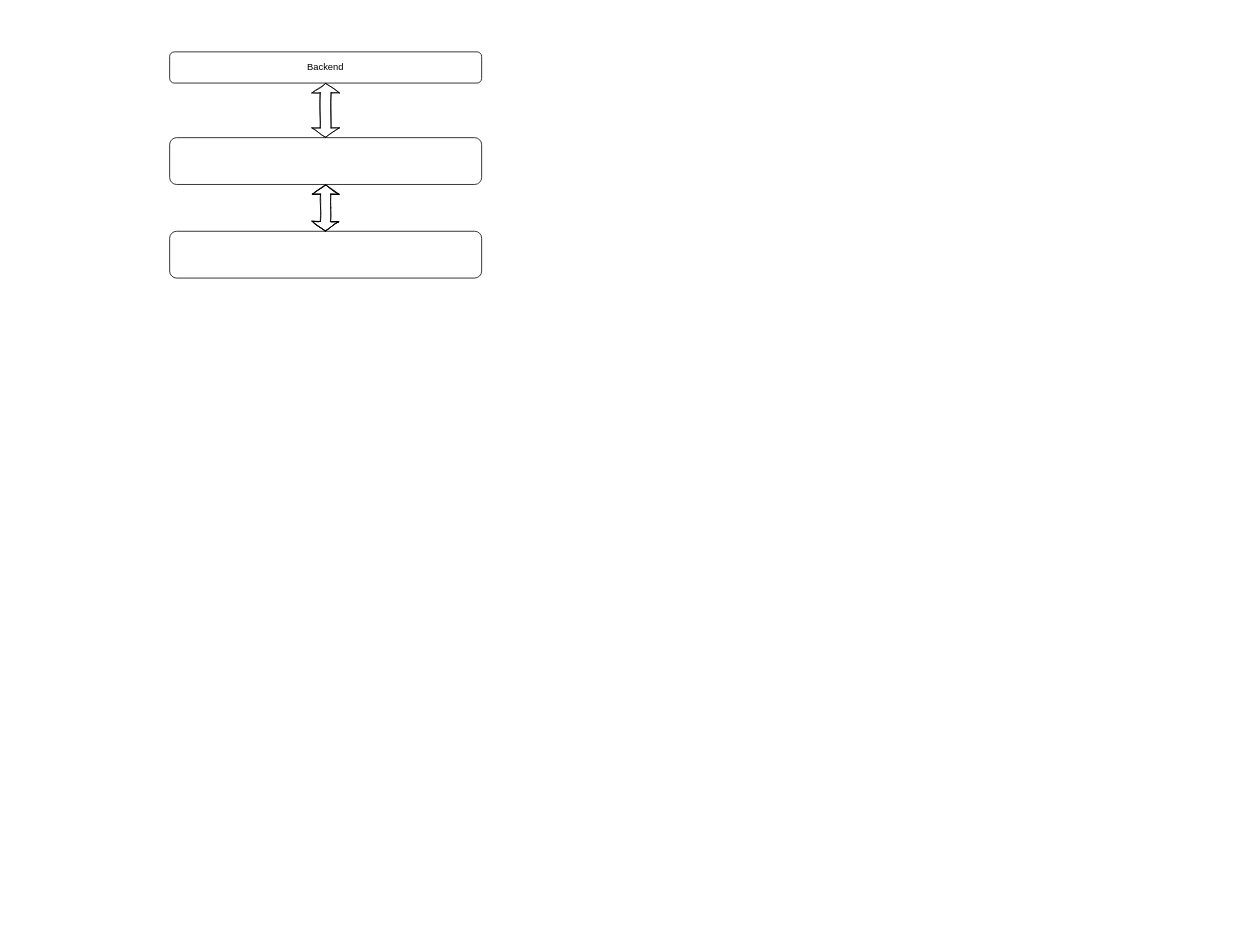
Before: xk/frontend_cad.drawio in fqd511/charts, a draw.io diagram. Source tidied: cells renumbered, new cells numbered last; positions are measured from the earlier drawing's top-left corner, leaving out a move shared by most shapes. Both pictures are drawn from the tidied source at 78%, with x=0, y=0 at pixel (169, 51).
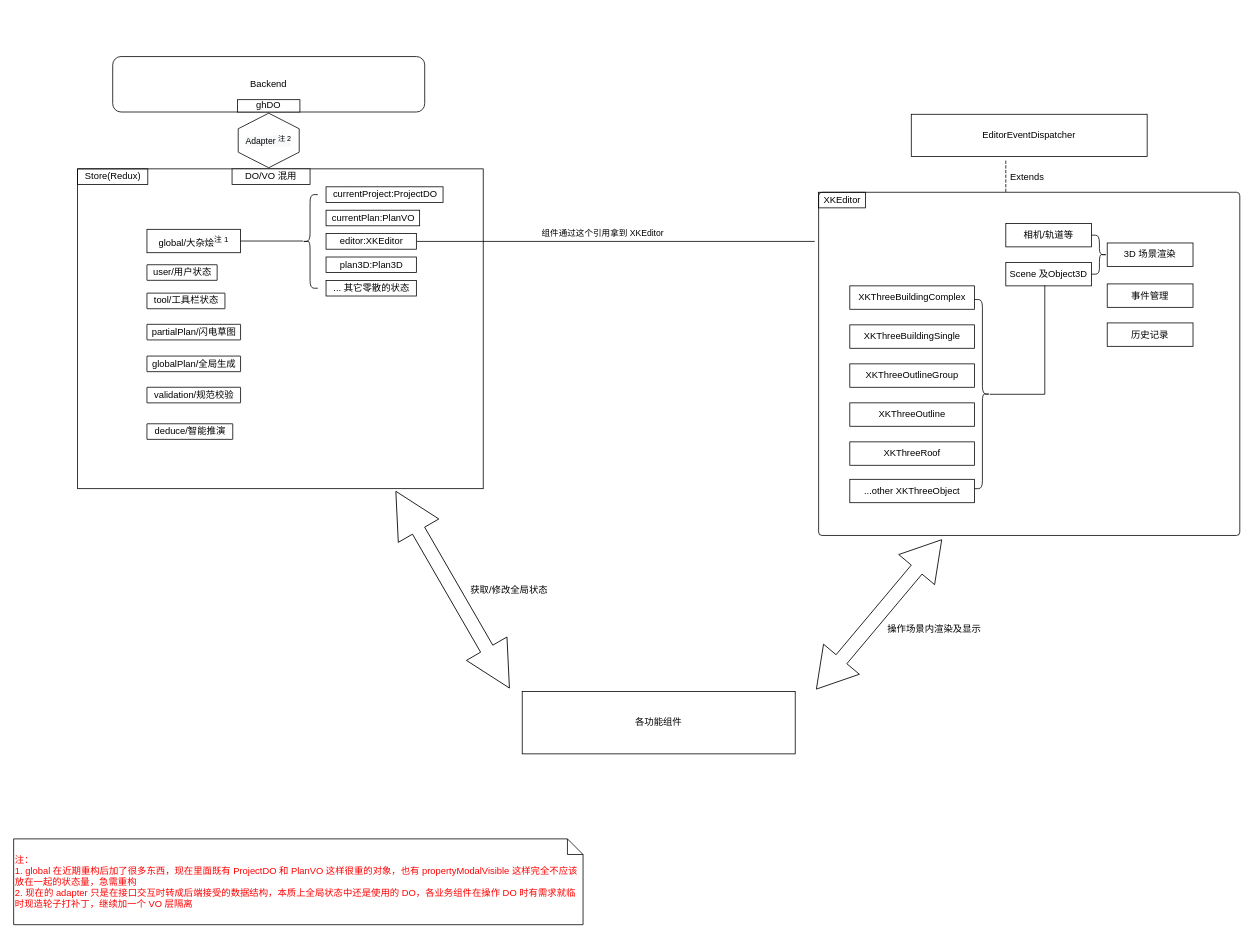
After the change.

Diff of the diagram source:
```diff
@@
+    <mxCell id="7" style="group;" parent="1" vertex="1">
+      <mxGeometry x="-118" y="150" width="520" height="410" as="geometry" />
+    </mxCell>
+    <mxCell id="8" style="whiteSpace=wrap;html=1;rounded=0;strokeColor=default;strokeWidth=1;fillColor=default;" parent="7" vertex="1">
+      <mxGeometry width="520" height="410" as="geometry" />
+    </mxCell>
+    <mxCell id="9" value="Store(Redux)" style="text;html=1;align=center;verticalAlign=middle;strokeColor=default;fillColor=none;" parent="7" vertex="1">
+      <mxGeometry width="90" height="20" as="geometry" />
+    </mxCell>
+    <mxCell id="10" value="DO/VO 混用" style="whiteSpace=wrap;html=1;rounded=0;fontColor=#000000;strokeColor=default;strokeWidth=1;fillColor=default;" parent="7" vertex="1">
+      <mxGeometry x="198" width="100" height="20" as="geometry" />
+    </mxCell>
+    <mxCell id="11" style="group;" parent="1" vertex="1">
+      <mxGeometry x="-29.1" y="227.5" width="200" height="272.5" as="geometry" />
+    </mxCell>
+    <mxCell id="12" value="partialPlan/闪电草图" style="text;html=1;align=center;verticalAlign=middle;strokeColor=default;fillColor=none;rounded=1;arcSize=1;" parent="11" vertex="1">
+      <mxGeometry y="121.8" width="120" height="20" as="geometry" />
+    </mxCell>
+    <mxCell id="13" value="user/用户状态" style="text;html=1;align=center;verticalAlign=middle;strokeColor=default;fillColor=none;rounded=1;arcSize=1;" parent="11" vertex="1">
+      <mxGeometry y="45.4" width="90" height="20" as="geometry" />
+    </mxCell>
+    <mxCell id="14" value="tool/工具栏状态" style="text;html=1;align=center;verticalAlign=middle;strokeColor=default;fillColor=none;rounded=1;arcSize=1;" parent="11" vertex="1">
+      <mxGeometry y="81.8" width="100" height="20" as="geometry" />
+    </mxCell>
+    <mxCell id="15" value="deduce/智能推演" style="text;html=1;align=center;verticalAlign=middle;strokeColor=default;fillColor=none;rounded=1;arcSize=1;" parent="11" vertex="1">
+      <mxGeometry y="249.3" width="110" height="20" as="geometry" />
+    </mxCell>
+    <mxCell id="16" value="globalPlan/全局生成" style="text;html=1;align=center;verticalAlign=middle;strokeColor=default;fillColor=none;rounded=1;arcSize=1;" parent="11" vertex="1">
+      <mxGeometry y="162.5" width="120" height="20" as="geometry" />
+    </mxCell>
+    <mxCell id="17" value="validation/规范校验" style="text;html=1;align=center;verticalAlign=middle;strokeColor=default;fillColor=none;rounded=1;arcSize=1;" parent="11" vertex="1">
+      <mxGeometry y="202.5" width="120" height="20" as="geometry" />
+    </mxCell>
+    <mxCell id="18" value="global/大杂烩&lt;sup&gt;注 1&lt;/sup&gt;" style="whiteSpace=wrap;html=1;rounded=0;strokeColor=default;fillColor=default;" parent="11" vertex="1">
+      <mxGeometry width="120" height="30" as="geometry" />
+    </mxCell>
+    <mxCell id="19" style="line;strokeWidth=1;html=1;perimeter=backbonePerimeter;rounded=0;fillColor=default;" parent="11" vertex="1">
+      <mxGeometry x="120" y="10" width="80" height="10" as="geometry" />
+    </mxCell>
+    <mxCell id="20" style="group;" parent="1" vertex="1">
+      <mxGeometry x="170" y="173" width="660" height="140" as="geometry" />
+    </mxCell>
+    <mxCell id="21" value="currentProject:ProjectDO" style="text;html=1;align=center;verticalAlign=middle;strokeColor=default;fillColor=none;rounded=1;arcSize=0;" parent="20" vertex="1">
+      <mxGeometry x="30.5" width="150" height="20" as="geometry" />
+    </mxCell>
+    <mxCell id="22" value="currentPlan:PlanVO" style="text;html=1;align=center;verticalAlign=middle;strokeColor=default;fillColor=none;rounded=1;arcSize=0;" parent="20" vertex="1">
+      <mxGeometry x="30.5" y="30" width="120" height="20" as="geometry" />
+    </mxCell>
+    <mxCell id="23" value="editor:XKEditor" style="rounded=0;whiteSpace=wrap;html=1;strokeColor=default;fillColor=default;" parent="20" vertex="1">
+      <mxGeometry x="30.5" y="60" width="115.8" height="20" as="geometry" />
+    </mxCell>
+    <mxCell id="24" value="&lt;span&gt;plan3D:Plan3D&lt;/span&gt;" style="rounded=0;whiteSpace=wrap;html=1;strokeColor=default;fillColor=default;" parent="20" vertex="1">
+      <mxGeometry x="30.5" y="90" width="115.8" height="20" as="geometry" />
+    </mxCell>
+    <mxCell id="25" value="... 其它零散的状态" style="rounded=0;whiteSpace=wrap;html=1;strokeColor=default;fillColor=default;" parent="20" vertex="1">
+      <mxGeometry x="30.5" y="120" width="115.8" height="20" as="geometry" />
+    </mxCell>
+    <mxCell id="26" style="shape=curlyBracket;whiteSpace=wrap;html=1;rounded=1;strokeColor=default;fillColor=default;size=0.5;" parent="20" vertex="1">
+      <mxGeometry y="10" width="20" height="120" as="geometry" />
+    </mxCell>
+    <mxCell id="27" style="line;strokeWidth=1;fillColor=none;align=left;verticalAlign=middle;spacingTop=-1;spacingLeft=3;spacingRight=3;labelPosition=right;rounded=0;fontColor=#FF0000;" parent="20" vertex="1">
+      <mxGeometry x="147" y="66" width="510" height="8" as="geometry" />
+    </mxCell>
+    <mxCell id="28" value="组件通过这个引用拿到 XKEditor" style="text;html=1;align=center;verticalAlign=middle;strokeColor=none;fillColor=none;fontSize=11;fontColor=#000000;" parent="20" vertex="1">
+      <mxGeometry x="290" y="50" width="190" height="20" as="geometry" />
+    </mxCell>
+    <mxCell id="29" value="&lt;font color=&quot;#ff0000&quot;&gt;&lt;span&gt;注：&lt;/span&gt;&lt;br&gt;&lt;/font&gt;&lt;span&gt;&lt;font color=&quot;#ff0000&quot;&gt;1. global 在近期重构后加了很多东西，现在里面既有 ProjectDO 和 PlanVO 这样很重的对象，也有 propertyModalVisible 这样完全不应该放在一起的状态量，急需重构&lt;br&gt;2. 现在的 adapter 只是在接口交互时转成后端接受的数据结构，本质上全局状态中还是使用的 DO，各业务组件在操作 DO 时有需求就临时现造轮子打补丁，继续加一个 VO 层隔离&lt;br&gt;&lt;/font&gt;&lt;/span&gt;" style="shape=note;size=20;whiteSpace=wrap;html=1;rounded=0;strokeColor=default;strokeWidth=1;fillColor=default;align=left;" parent="1" vertex="1">
+      <mxGeometry x="-200" y="1009" width="730" height="110" as="geometry" />
+    </mxCell>
+    <mxCell id="30" style="group;" parent="1" vertex="1">
+      <mxGeometry x="832" y="80" width="540" height="540" as="geometry" />
+    </mxCell>
+    <mxCell id="31" style="group;" parent="30" vertex="1">
+      <mxGeometry width="540" height="540" as="geometry" />
+    </mxCell>
+    <mxCell id="32" style="group;" parent="31" vertex="1">
+      <mxGeometry y="100" width="540" height="440" as="geometry" />
+    </mxCell>
+    <mxCell id="33" style="rounded=1;whiteSpace=wrap;html=1;strokeColor=default;fillColor=default;arcSize=1;" parent="32" vertex="1">
+      <mxGeometry width="540" height="440" as="geometry" />
+    </mxCell>
+    <mxCell id="34" value="XKEditor" style="text;html=1;align=center;verticalAlign=middle;strokeColor=default;fillColor=none;" parent="32" vertex="1">
+      <mxGeometry width="60" height="20" as="geometry" />
+    </mxCell>
+    <mxCell id="35" value="EditorEventDispatcher" style="whiteSpace=wrap;html=1;rounded=0;strokeColor=default;strokeWidth=1;fillColor=default;" parent="31" vertex="1">
+      <mxGeometry x="118.8" width="302.4" height="54" as="geometry" />
+    </mxCell>
+    <mxCell id="36" value="Extends" style="shape=partialRectangle;fillColor=none;align=left;verticalAlign=middle;strokeColor=none;spacingLeft=34;rounded=0;" parent="31" vertex="1">
+      <mxGeometry x="210" y="60" width="100" height="40" as="geometry" />
+    </mxCell>
+    <mxCell id="37" style="shape=partialRectangle;top=0;left=0;bottom=0;fillColor=none;stokeWidth=1;dashed=1;align=left;verticalAlign=middle;spacingLeft=4;spacingRight=4;overflow=hidden;rounded=0;strokeColor=default;strokeWidth=1;" parent="36" vertex="1">
+      <mxGeometry width="30" height="40" as="geometry" />
+    </mxCell>
+    <mxCell id="38" style="group;" parent="30" vertex="1">
+      <mxGeometry x="240" y="140" width="240" height="157.5" as="geometry" />
+    </mxCell>
+    <mxCell id="39" style="group;" parent="38" vertex="1">
+      <mxGeometry x="130" y="25" width="110" height="132.5" as="geometry" />
+    </mxCell>
+    <mxCell id="40" value="3D 场景渲染" style="whiteSpace=wrap;html=1;rounded=0;strokeColor=default;strokeWidth=1;fillColor=default;" parent="39" vertex="1">
+      <mxGeometry width="110" height="30" as="geometry" />
+    </mxCell>
+    <mxCell id="41" value="事件管理" style="whiteSpace=wrap;html=1;rounded=0;strokeColor=default;strokeWidth=1;fillColor=default;" parent="39" vertex="1">
+      <mxGeometry y="52.5" width="110" height="30" as="geometry" />
+    </mxCell>
+    <mxCell id="42" value="历史记录" style="whiteSpace=wrap;html=1;rounded=0;strokeColor=default;strokeWidth=1;fillColor=default;" parent="39" vertex="1">
+      <mxGeometry y="102.5" width="110" height="30" as="geometry" />
+    </mxCell>
+    <mxCell id="43" style="group;" parent="38" vertex="1">
+      <mxGeometry width="110" height="80" as="geometry" />
+    </mxCell>
+    <mxCell id="44" style="group;" parent="43" vertex="1">
+      <mxGeometry width="110" height="80" as="geometry" />
+    </mxCell>
+    <mxCell id="45" value="相机/轨道等" style="whiteSpace=wrap;html=1;rounded=0;strokeColor=default;strokeWidth=1;fillColor=default;" parent="44" vertex="1">
+      <mxGeometry width="110" height="30" as="geometry" />
+    </mxCell>
+    <mxCell id="46" value="Scene 及Object3D" style="whiteSpace=wrap;html=1;rounded=0;strokeColor=default;strokeWidth=1;fillColor=default;" parent="44" vertex="1">
+      <mxGeometry y="50" width="110" height="30" as="geometry" />
+    </mxCell>
+    <mxCell id="47" style="shape=curlyBracket;whiteSpace=wrap;html=1;rounded=1;flipH=1;strokeColor=default;strokeWidth=1;fillColor=default;size=0.49999999999997724;" parent="38" vertex="1">
+      <mxGeometry x="110" y="15" width="20" height="50" as="geometry" />
+    </mxCell>
+    <mxCell id="48" style="group;" parent="30" vertex="1">
+      <mxGeometry x="40" y="220" width="180" height="278" as="geometry" />
+    </mxCell>
+    <mxCell id="49" style="group;" parent="48" vertex="1">
+      <mxGeometry width="160" height="278" as="geometry" />
+    </mxCell>
+    <mxCell id="50" value="XKThreeBuildingComplex" style="whiteSpace=wrap;html=1;rounded=0;strokeColor=default;strokeWidth=1;fillColor=default;" parent="49" vertex="1">
+      <mxGeometry width="160" height="30" as="geometry" />
+    </mxCell>
+    <mxCell id="51" value="XKThreeBuildingSingle" style="whiteSpace=wrap;html=1;rounded=0;strokeColor=default;strokeWidth=1;fillColor=default;" parent="49" vertex="1">
+      <mxGeometry y="50" width="160" height="30" as="geometry" />
+    </mxCell>
+    <mxCell id="52" value="XKThreeOutlineGroup" style="whiteSpace=wrap;html=1;rounded=0;strokeColor=default;strokeWidth=1;fillColor=default;" parent="49" vertex="1">
+      <mxGeometry y="100" width="160" height="30" as="geometry" />
+    </mxCell>
+    <mxCell id="53" value="XKThreeOutline" style="whiteSpace=wrap;html=1;rounded=0;strokeColor=default;strokeWidth=1;fillColor=default;" parent="49" vertex="1">
+      <mxGeometry y="150" width="160" height="30" as="geometry" />
+    </mxCell>
+    <mxCell id="54" value="XKThreeRoof" style="whiteSpace=wrap;html=1;rounded=0;strokeColor=default;strokeWidth=1;fillColor=default;" parent="49" vertex="1">
+      <mxGeometry y="200" width="160" height="30" as="geometry" />
+    </mxCell>
+    <mxCell id="55" value="...other XKThreeObject" style="whiteSpace=wrap;html=1;rounded=0;strokeColor=default;strokeWidth=1;fillColor=default;" parent="49" vertex="1">
+      <mxGeometry y="248" width="160" height="30" as="geometry" />
+    </mxCell>
+    <mxCell id="56" style="shape=curlyBracket;whiteSpace=wrap;html=1;rounded=1;flipH=1;strokeColor=default;strokeWidth=1;fillColor=default;" parent="48" vertex="1">
+      <mxGeometry x="160" y="17.5" width="20" height="242.5" as="geometry" />
+    </mxCell>
+    <mxCell id="57" style="shape=partialRectangle;whiteSpace=wrap;html=1;top=0;left=0;fillColor=none;rounded=0;strokeColor=default;strokeWidth=1;" parent="30" vertex="1">
+      <mxGeometry x="220" y="220" width="70" height="139" as="geometry" />
+    </mxCell>
+    <mxCell id="58" value="&lt;font color=&quot;#000000&quot;&gt;各功能组件&lt;/font&gt;" style="whiteSpace=wrap;html=1;rounded=0;fontColor=#FF0000;strokeColor=default;strokeWidth=1;fillColor=default;" parent="1" vertex="1">
+      <mxGeometry x="452" y="820" width="350" height="80" as="geometry" />
+    </mxCell>
+    <mxCell id="59" style="shape=doubleArrow;direction=south;whiteSpace=wrap;html=1;rounded=0;fontColor=#000000;strokeColor=default;strokeWidth=1;fillColor=default;rotation=-30;" parent="1" vertex="1">
+      <mxGeometry x="332.8" y="543.9" width="60" height="291.2" as="geometry" />
+    </mxCell>
+    <mxCell id="60" style="shape=doubleArrow;direction=south;whiteSpace=wrap;html=1;rounded=0;fontColor=#000000;strokeColor=default;strokeWidth=1;fillColor=default;rotation=40;" parent="1" vertex="1">
+      <mxGeometry x="879.5" y="596.2" width="60" height="250" as="geometry" />
+    </mxCell>
+    <mxCell id="61" value="操作场景内渲染及显示" style="text;html=1;align=center;verticalAlign=middle;strokeColor=none;fillColor=none;fontColor=#000000;" parent="1" vertex="1">
+      <mxGeometry x="910" y="730" width="140" height="20" as="geometry" />
+    </mxCell>
+    <mxCell id="62" value="获取/修改全局状态" style="text;html=1;align=center;verticalAlign=middle;strokeColor=none;fillColor=none;fontColor=#000000;" parent="1" vertex="1">
+      <mxGeometry x="380" y="679.5" width="110" height="20" as="geometry" />
+    </mxCell>
+    <mxCell id="63" style="group;" parent="1" vertex="1">
+      <mxGeometry x="340" y="-49.7" width="400" height="183.7" as="geometry" />
+    </mxCell>
+    <mxCell id="64" style="group;" parent="63" vertex="1">
+      <mxGeometry x="-413" y="46.7" width="400" height="155.7" as="geometry" />
+    </mxCell>
+    <mxCell id="65" style="group;" parent="64" vertex="1">
+      <mxGeometry y="9" width="400" height="71.1" as="geometry" />
+    </mxCell>
-    <mxCell id="2" value="Backend" style="rounded=1;whiteSpace=wrap;html=1;" parent="1" vertex="1">
-      <mxGeometry width="400" height="40" as="geometry" />
+    <mxCell id="2" value="Backend" style="rounded=1;whiteSpace=wrap;html=1;" parent="65" vertex="1">
+      <mxGeometry width="400" height="71.1" as="geometry" />
     </mxCell>
-    <mxCell id="3" style="rounded=1;whiteSpace=wrap;html=1;" parent="1" vertex="1">
-      <mxGeometry y="110" width="400" height="60" as="geometry" />
-    </mxCell>
-    <mxCell id="4" style="rounded=1;whiteSpace=wrap;html=1;" parent="1" vertex="1">
-      <mxGeometry y="230" width="400" height="60" as="geometry" />
-    </mxCell>
-    <mxCell id="5" style="shape=flexArrow;endArrow=classic;startArrow=classic;html=1;rounded=0;sketch=1;endSize=3.67;targetPerimeterSpacing=0;strokeWidth=1;width=14;entryX=0.5;entryY=1;entryDx=0;entryDy=0;exitX=0.5;exitY=0;exitDx=0;exitDy=0;startSize=3.67;" parent="1" edge="1" source="3" target="2">
-      <mxGeometry relative="1" as="geometry" />
-    </mxCell>
-    <mxCell id="6" style="shape=flexArrow;endArrow=classic;startArrow=classic;html=1;rounded=0;sketch=1;endSize=3.67;targetPerimeterSpacing=0;strokeWidth=1;width=13;exitX=0.5;exitY=0;exitDx=0;exitDy=0;startSize=3.67;" parent="1" edge="1">
-      <mxGeometry relative="1" as="geometry">
-        <mxPoint x="199.5" y="230" as="sourcePoint" />
-        <mxPoint x="200" y="170" as="targetPoint" />
-        <Array as="points">
-          <mxPoint x="200" y="200" />
-        </Array>
-      </mxGeometry>
-    </mxCell>
+    <mxCell id="66" value="ghDO" style="whiteSpace=wrap;html=1;rounded=0;fontColor=#000000;strokeColor=default;strokeWidth=1;fillColor=default;" parent="65" vertex="1">
+      <mxGeometry x="160" y="55.3" width="80" height="15.8" as="geometry" />
+    </mxCell>
+    <mxCell id="67" value="&lt;span style=&quot;background-color: rgb(248 , 249 , 250)&quot;&gt;&lt;font style=&quot;font-size: 11px&quot;&gt;Adapter &lt;sup&gt;注 2&lt;/sup&gt;&lt;/font&gt;&lt;/span&gt;" style="shape=hexagon;perimeter=hexagonPerimeter2;whiteSpace=wrap;html=1;fixedSize=1;rounded=0;fontColor=#000000;strokeColor=default;strokeWidth=1;fillColor=default;rotation=90;verticalAlign=middle;horizontal=0;" parent="64" vertex="1">
+      <mxGeometry x="165" y="77.5" width="70" height="78.2" as="geometry" />
+    </mxCell>
```
